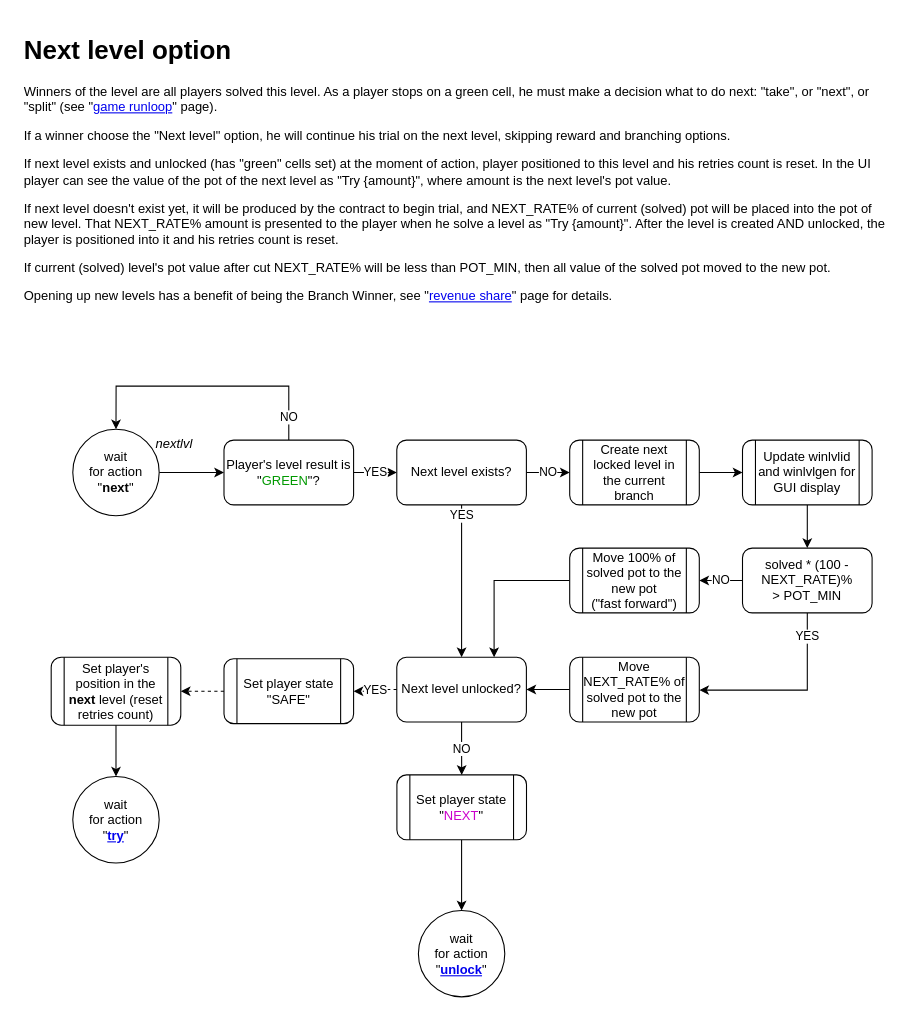
This is page "next" (9 of 15) of ia/WOFFLER IA.drawio from cptn-solo/woffler_contract, a draw.io file, before an edit. Source tidied: cells renumbered, new cells numbered last; positions are measured from the earlier drawing's top-left corner, leaving out a move shared by most shapes. Both pictures are drawn from the tidied source at 108%, with x=0, y=0 at pixel (18, 29).
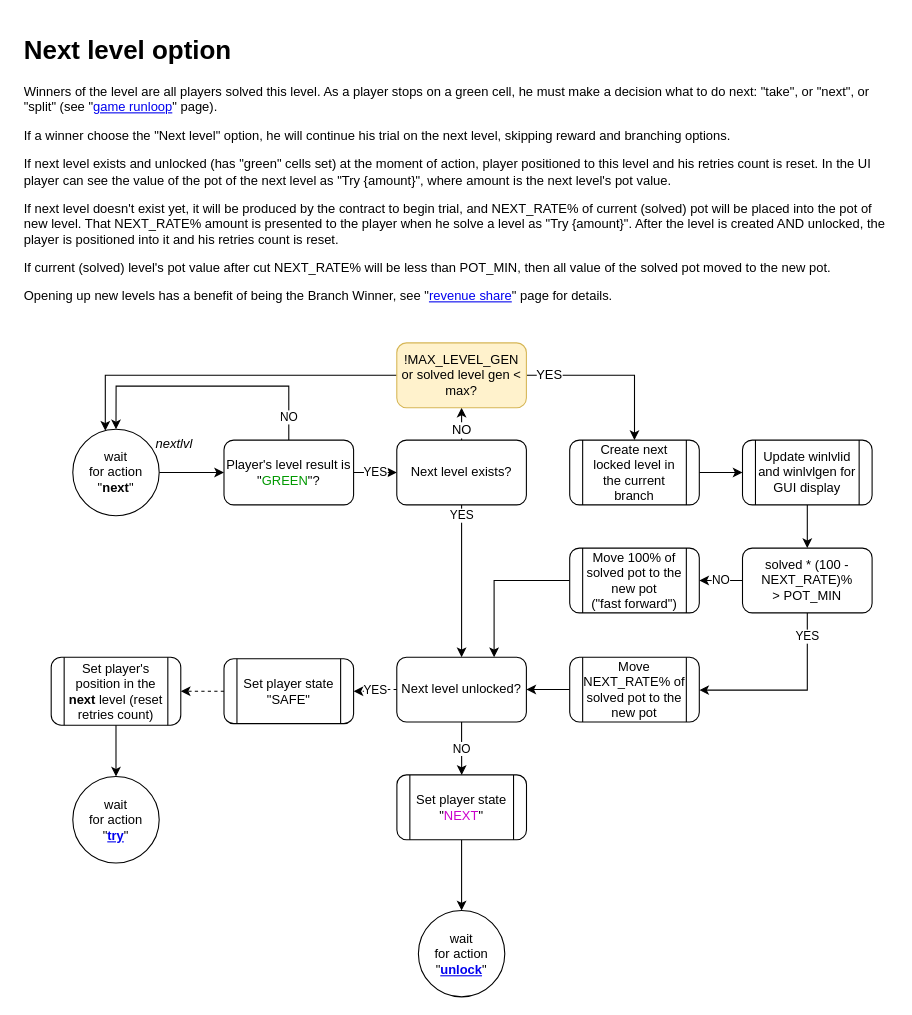
Above is the later version.

The change refers to these unchanged cells:
```xml
<mxCell id="8" value="Next level exists?" style="rounded=1;whiteSpace=wrap;html=1;shadow=0;glass=0;strokeColor=#000000;align=center;" parent="1" vertex="1">
  <mxGeometry x="349.9" y="380" width="120" height="60" as="geometry" />
</mxCell>
<mxCell id="11" value="Create next locked level in the current branch" style="shape=process;rounded=1;whiteSpace=wrap;html=1;shadow=0;glass=0;strokeColor=#000000;align=center;" parent="1" vertex="1">
  <mxGeometry x="510" y="380" width="120" height="60" as="geometry" />
</mxCell>
<mxCell id="18" value="wait &lt;br&gt;for action &quot;&lt;b&gt;next&lt;/b&gt;&quot;" style="ellipse;whiteSpace=wrap;html=1;rounded=1;shadow=0;glass=0;align=center;" parent="1" vertex="1">
  <mxGeometry x="49.9" y="370" width="80" height="80" as="geometry" />
</mxCell>
<mxCell id="27" value="Next level unlocked?" style="rounded=1;whiteSpace=wrap;html=1;shadow=0;glass=0;strokeColor=#000000;align=center;" parent="1" vertex="1">
  <mxGeometry x="349.9" y="581" width="120" height="60" as="geometry" />
</mxCell>
```

Diff of the diagram source:
```diff
@@
+    <mxCell id="7" value="YES" style="edgeStyle=orthogonalEdgeStyle;rounded=0;jettySize=auto;html=1;" parent="1" edge="1" source="8" target="27">
+      <mxGeometry x="-0.86" relative="1" as="geometry">
+        <Array as="points">
+          <mxPoint x="410" y="440" />
+          <mxPoint x="410" y="440" />
+        </Array>
+      </mxGeometry>
+    </mxCell>
+    <mxCell id="36" style="edgeStyle=orthogonalEdgeStyle;rounded=0;jettySize=auto;html=1;" parent="1" edge="1" source="8" target="40">
+      <mxGeometry relative="1" as="geometry">
+        <Array as="points">
+          <mxPoint x="410" y="320" />
+        </Array>
+      </mxGeometry>
+    </mxCell>
-    <mxCell id="6" value="NO" style="edgeStyle=orthogonalEdgeStyle;rounded=0;jettySize=auto;html=1;endArrow=classic;endFill=1;align=center;" parent="1" edge="1" source="8" target="11">
-      <mxGeometry relative="1" as="geometry" />
+    <mxCell id="6" value="NO" style="text;html=1;align=center;verticalAlign=middle;labelBackgroundColor=#ffffff;" parent="36" vertex="1">
+      <mxGeometry x="0.48" y="-2" relative="1" as="geometry">
+        <mxPoint x="-2" y="12.5" as="offset" />
+      </mxGeometry>
     </mxCell>
-    <mxCell id="7" value="YES" style="edgeStyle=orthogonalEdgeStyle;rounded=0;jettySize=auto;html=1;" parent="1" edge="1" source="8" target="27">
-      <mxGeometry x="-0.86" relative="1" as="geometry">
-        <Array as="points">
-          <mxPoint x="410" y="440" />
-          <mxPoint x="410" y="440" />
-        </Array>
-      </mxGeometry>
-    </mxCell>
@@
+    <mxCell id="37" style="edgeStyle=orthogonalEdgeStyle;rounded=0;jettySize=auto;html=1;entryX=0.5;entryY=0;entryDx=0;entryDy=0;" parent="1" edge="1" source="40" target="11">
+      <mxGeometry relative="1" as="geometry" />
+    </mxCell>
+    <mxCell id="38" value="YES" style="text;html=1;align=center;verticalAlign=middle;labelBackgroundColor=#ffffff;" parent="37" vertex="1">
+      <mxGeometry x="-0.73" y="-3" relative="1" as="geometry">
+        <mxPoint x="-1.5" y="-3.5" as="offset" />
+      </mxGeometry>
+    </mxCell>
+    <mxCell id="39" style="edgeStyle=orthogonalEdgeStyle;rounded=0;jettySize=auto;html=1;" parent="1" edge="1" source="40" target="18">
+      <mxGeometry relative="1" as="geometry">
+        <Array as="points">
+          <mxPoint x="80" y="320" />
+        </Array>
+      </mxGeometry>
+    </mxCell>
+    <mxCell id="40" value="!MAX_LEVEL_GEN or solved level gen &amp;lt; max?" style="rounded=1;whiteSpace=wrap;html=1;shadow=0;glass=0;strokeColor=#d6b656;align=center;fillColor=#fff2cc;" parent="1" vertex="1">
+      <mxGeometry x="349.9" y="290" width="120" height="60" as="geometry" />
+    </mxCell>
```
